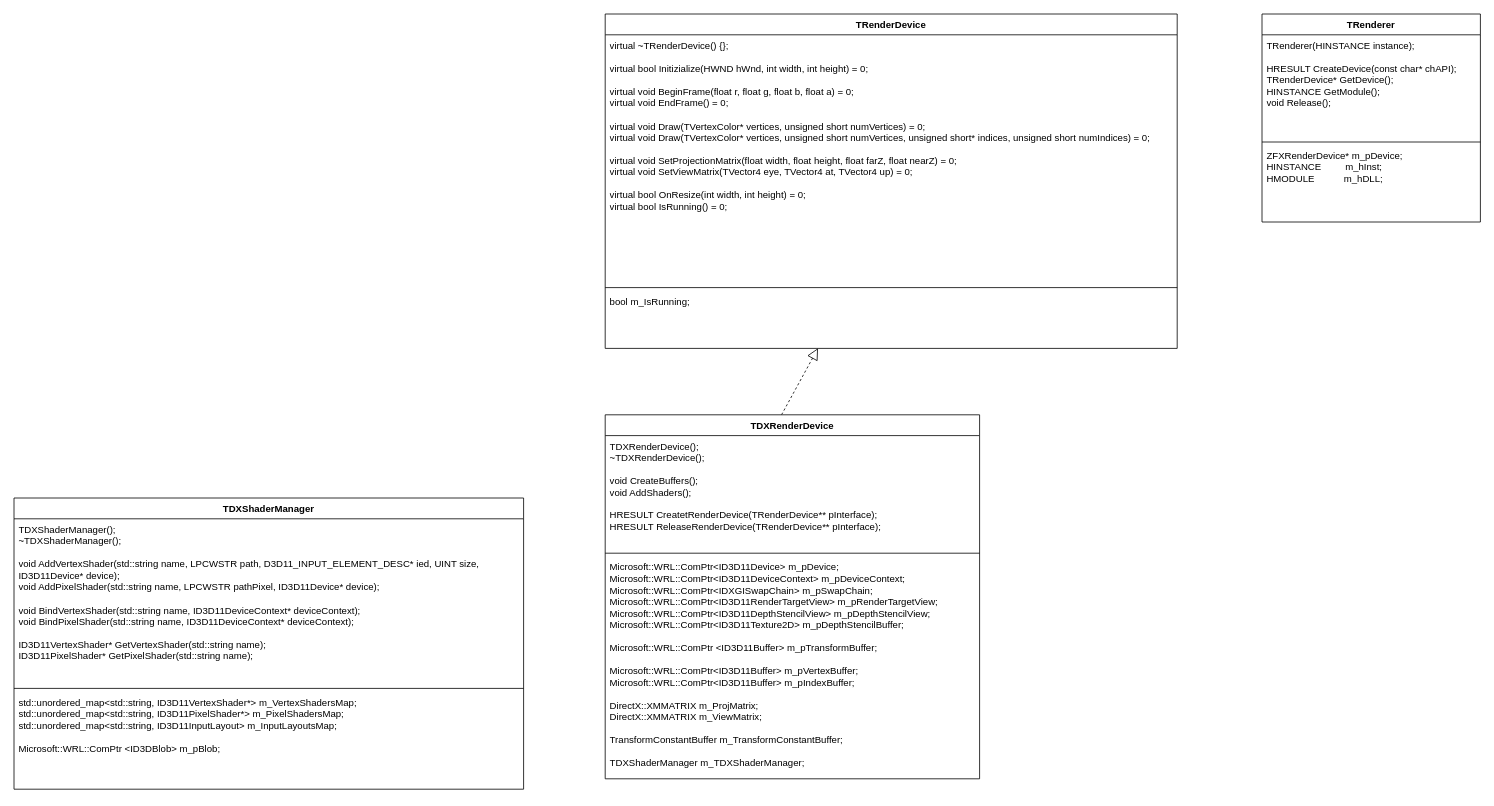
The draw.io diagram UML/TRenderer.drawio in f1oating/TRender, before the edit. Source tidied: cells renumbered, new cells numbered last; positions are measured from the earlier drawing's top-left corner, leaving out a move shared by most shapes. Both pictures are drawn from the tidied source at 80%, with x=0, y=0 at pixel (14, 14).
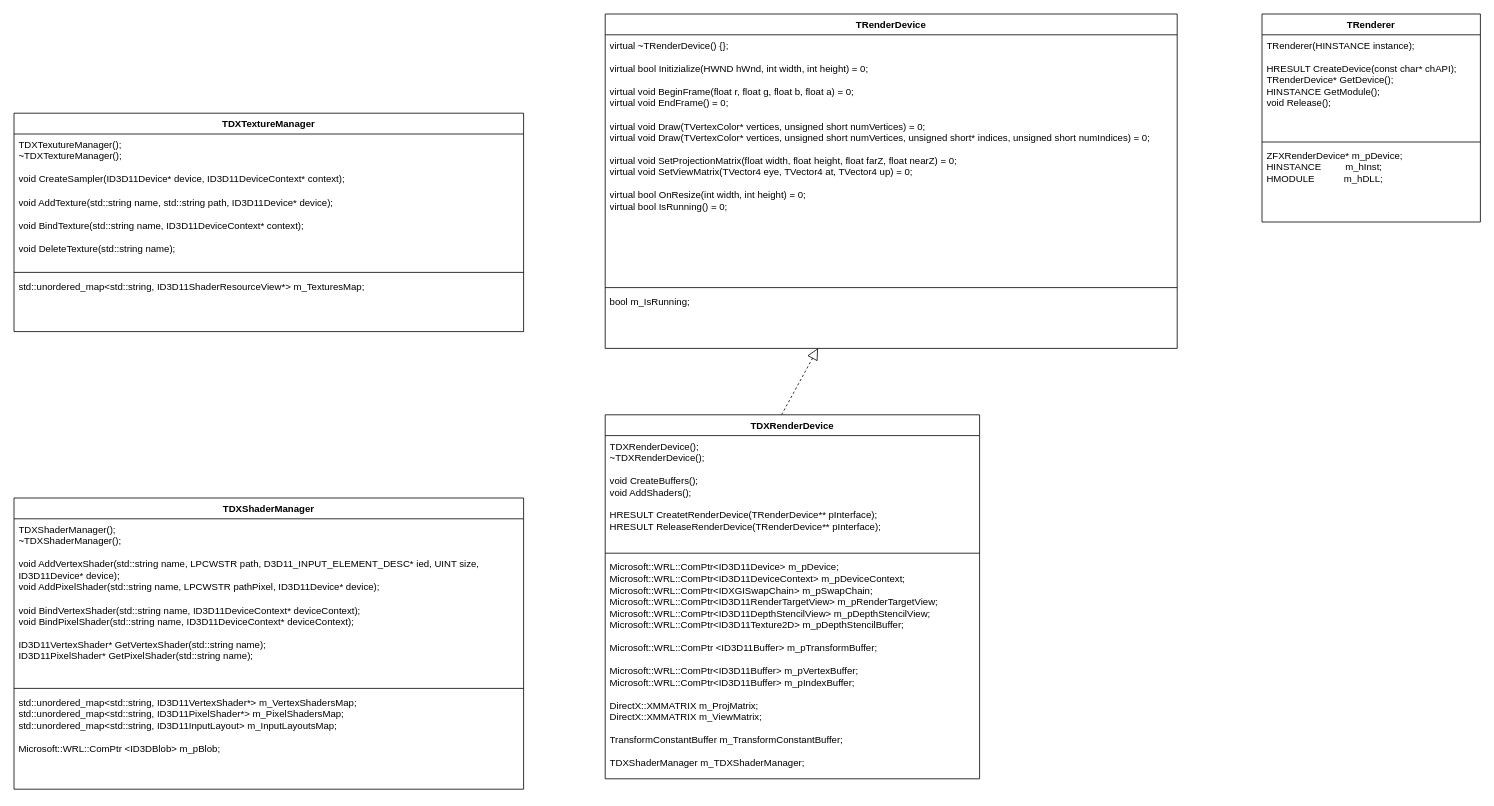
Above is the later version.

Diff of the diagram source:
```diff
@@
+    <mxCell id="19" value="&lt;div&gt;TDXTextureManager&lt;/div&gt;" style="swimlane;fontStyle=1;align=center;verticalAlign=top;horizontal=1;startSize=26;whiteSpace=wrap;html=1;" parent="1" vertex="1">
+      <mxGeometry y="124" width="637" height="273" as="geometry" />
+    </mxCell>
+    <mxCell id="20" value="&lt;div&gt;TDXTexutureManager();&lt;/div&gt;&lt;div&gt;~TDXTextureManager();&lt;/div&gt;&lt;div&gt;&lt;br&gt;&lt;/div&gt;&lt;div&gt;void CreateSampler(ID3D11Device* device, ID3D11DeviceContext* context);&lt;br&gt;&lt;/div&gt;&lt;div&gt;&lt;br&gt;&lt;/div&gt;&lt;div&gt;void AddTexture(std::string name, std::string path, ID3D11Device* device);&lt;/div&gt;&lt;div&gt;&lt;br&gt;&lt;/div&gt;&lt;div&gt;void BindTexture(std::string name, ID3D11DeviceContext* context);&lt;/div&gt;&lt;div&gt;&lt;br&gt;&lt;/div&gt;&lt;div&gt;void DeleteTexture(std::string name);&lt;/div&gt;" style="text;strokeColor=none;fillColor=none;align=left;verticalAlign=top;spacingLeft=4;spacingRight=4;overflow=hidden;whiteSpace=wrap;html=1;" parent="19" vertex="1">
+      <mxGeometry y="26" width="637" height="169" as="geometry" />
+    </mxCell>
+    <mxCell id="21" style="line;strokeWidth=1;fillColor=none;align=left;verticalAlign=middle;spacingTop=-1;spacingLeft=3;spacingRight=3;labelPosition=right;strokeColor=inherit;" parent="19" vertex="1">
+      <mxGeometry y="195" width="637" height="8" as="geometry" />
+    </mxCell>
+    <mxCell id="22" value="&lt;div&gt;std::unordered_map&amp;lt;std::string, ID3D11ShaderResourceView*&amp;gt; m_TexturesMap;&lt;/div&gt;" style="text;strokeColor=none;fillColor=none;align=left;verticalAlign=top;spacingLeft=4;spacingRight=4;overflow=hidden;whiteSpace=wrap;html=1;" parent="19" vertex="1">
+      <mxGeometry y="203" width="637" height="70" as="geometry" />
+    </mxCell>
```
